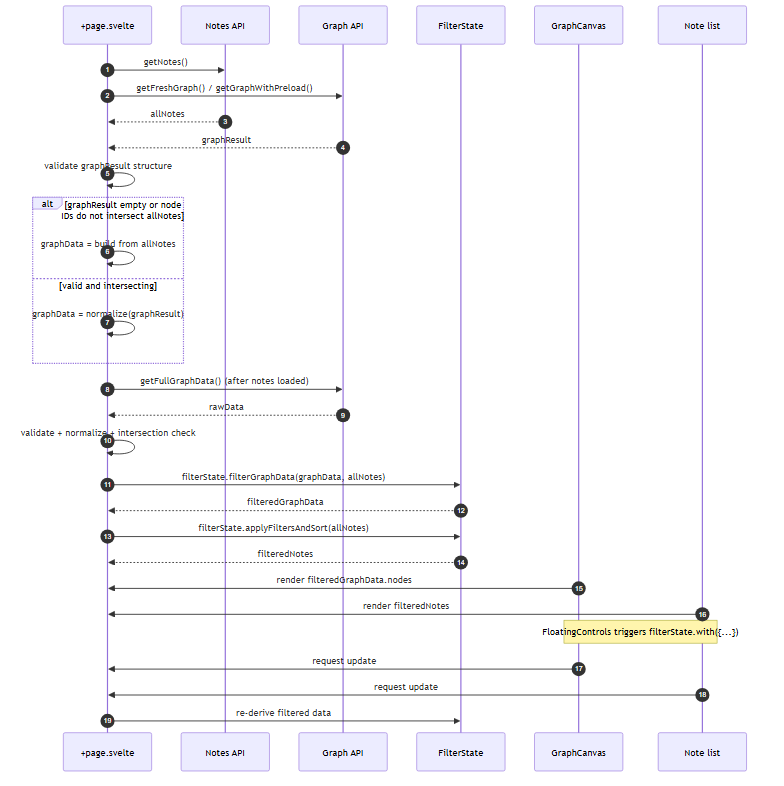
Killaret/knowledge-graph keeps this Mermaid diagram as docs/assets/graph-loading-flow.png. Above is the earlier version. Its source is kept beside it as docs/assets/graph-loading-flow.mmd.
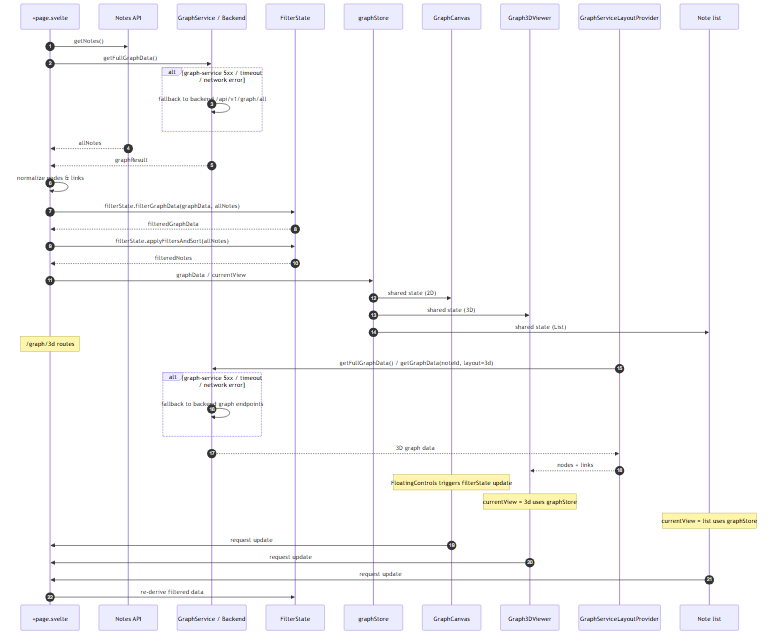
The same diagram one commit later.

What changed in the source:
```diff
@@ -2,36 +2,47 @@
     autonumber
     participant P as +page.svelte
     participant Notes as Notes API
-    participant Graph as Graph API
+    participant Graph as GraphService / Backend
     participant FS as FilterState
+    participant Store as graphStore
     participant GC as GraphCanvas
+    participant G3D as Graph3DViewer
+    participant GSP as GraphServiceLayoutProvider
     participant LV as Note list
 
     P->>Notes: getNotes()
-    P->>Graph: getFreshGraph() / getGraphWithPreload()
+    P->>Graph: getFullGraphData()
+    alt graph-service 5xx / timeout / network error
+        Graph->>Graph: fallback to backend /api/v1/graph/all
+    end
     Notes-->>P: allNotes
     Graph-->>P: graphResult
 
-    P->>P: validate graphResult structure
-    alt graphResult empty or node IDs do not intersect allNotes
-        P->>P: graphData = build from allNotes
-    else valid and intersecting
-        P->>P: graphData = normalize(graphResult)
-    end
-
-    P->>Graph: getFullGraphData() (after notes loaded)
-    Graph-->>P: rawData
-    P->>P: validate + normalize + intersection check
+    P->>P: normalize nodes & links
 
     P->>FS: filterState.filterGraphData(graphData, allNotes)
     FS-->>P: filteredGraphData
     P->>FS: filterState.applyFiltersAndSort(allNotes)
     FS-->>P: filteredNotes
 
-    GC->>P: render filteredGraphData.nodes
-    LV->>P: render filteredNotes
+    P->>Store: graphData / currentView
 
-    Note over GC,LV: FloatingControls triggers filterState.with({...})
+    Store->>GC: shared state (2D)
+    Store->>G3D: shared state (3D)
+    Store->>LV: shared state (List)
+
+    Note over P: /graph/3d routes
+    GSP->>Graph: getFullGraphData() / getGraphData(noteId, layout=3d)
+    alt graph-service 5xx / timeout / network error
+        Graph->>Graph: fallback to backend graph endpoints
+    end
+    Graph-->>GSP: 3D graph data
+    GSP-->>G3D: nodes + links
+
+    Note over GC: FloatingControls triggers filterState update
+    Note over G3D: currentView = 3d uses graphStore
+    Note over LV: currentView = list uses graphStore
     GC->>P: request update
+    G3D->>P: request update
     LV->>P: request update
     P->>FS: re-derive filtered data
```
